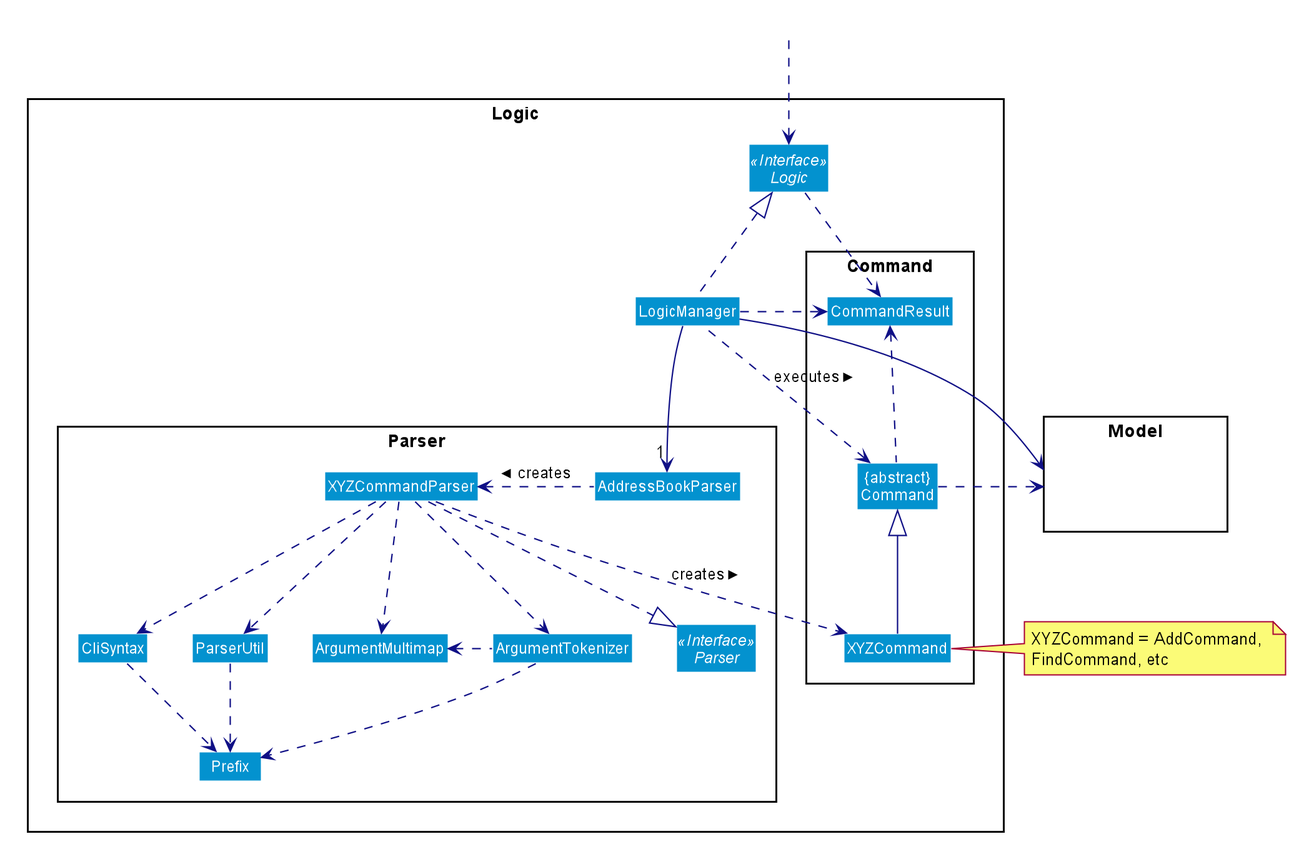
nus-cs2103-AY2021S1/tp keeps this PlantUML diagram as docs/images/UML_Diagrams/LogicClassDiagram.png. Above is the earlier version. Source of this version:
```plantuml
@startuml








skinparam BackgroundColor #FFFFFFF

skinparam Shadowing false

skinparam Class {
    FontColor #FFFFFF
    BorderThickness 1
    BorderColor #FFFFFF
    StereotypeFontColor #FFFFFF
    FontName Arial
}

skinparam Actor {
    BorderColor #000000
    Color #000000
    FontName Arial
}

skinparam Sequence {
    MessageAlign center
    BoxFontSize 15
    BoxPadding 0
    BoxFontColor #FFFFFF
    FontName Arial
}

skinparam Participant {
    FontColor #FFFFFFF
    Padding 20
}

skinparam MinClassWidth 50
skinparam ParticipantPadding 10
skinparam Shadowing false
skinparam DefaultTextAlignment center
skinparam packageStyle Rectangle

hide footbox
hide members
hide circle
skinparam arrowThickness 1.1
skinparam arrowColor #101086
skinparam classBackgroundColor #0392cf

package Logic {

package Parser {
Interface Parser <<Interface>>
Class AddressBookParser
Class XYZCommandParser
Class CliSyntax
Class ParserUtil
Class ArgumentMultimap
Class ArgumentTokenizer
Class Prefix
}

package Command {
Class XYZCommand
Class CommandResult
Class "{abstract}\nCommand" as Command
}

Interface Logic <<Interface>>
Class LogicManager
}

package Model{
Class HiddenModel #FFFFFF
}

Class HiddenOutside #FFFFFF
HiddenOutside ..> Logic

LogicManager .up.|> Logic
LogicManager -->"1" AddressBookParser
AddressBookParser .left.> XYZCommandParser: creates >

XYZCommandParser ..> XYZCommand : creates >
XYZCommandParser ..|> Parser
XYZCommandParser ..> ArgumentMultimap
XYZCommandParser ..> ArgumentTokenizer
ArgumentTokenizer .left.> ArgumentMultimap
XYZCommandParser ..> CliSyntax
CliSyntax ..> Prefix
XYZCommandParser ..> ParserUtil
ParserUtil .down.> Prefix
ArgumentTokenizer .down.> Prefix
XYZCommand -up-|> Command
LogicManager .left.> Command : executes >

LogicManager --> Model
Command .right.> Model
note right of XYZCommand: XYZCommand = AddCommand, \nFindCommand, etc

Logic ..> CommandResult
LogicManager .down.> CommandResult
Command .up.> CommandResult
CommandResult -[hidden]-> Parser
@enduml
```
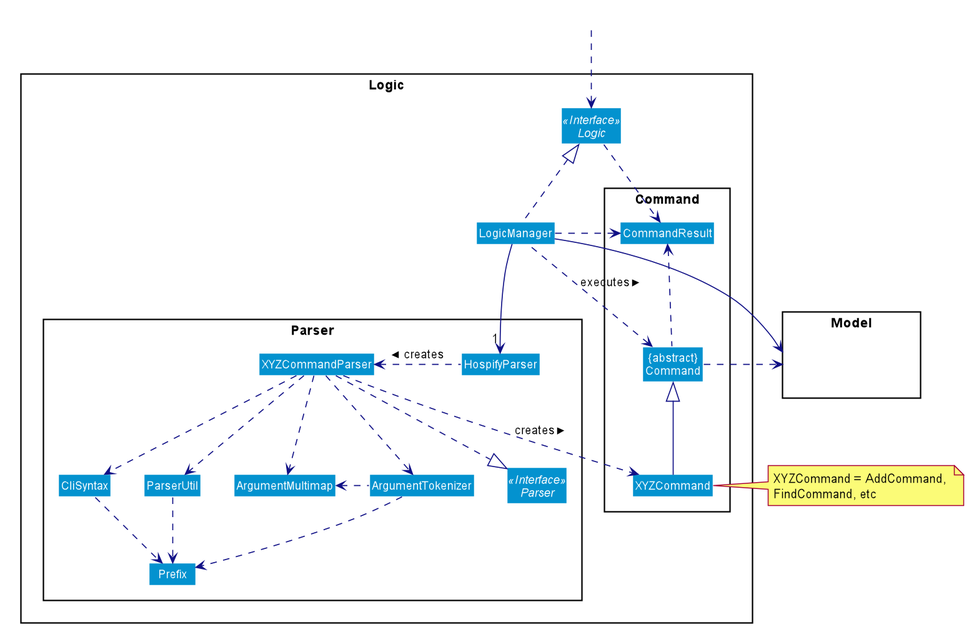
The same file after the commit.

The edit, as a diff of the source:
```diff
@@ -55,7 +55,7 @@
 
 package Parser {
 Interface Parser <<Interface>>
-Class AddressBookParser
+Class HospifyParser
 Class XYZCommandParser
 Class CliSyntax
 Class ParserUtil
@@ -82,8 +82,8 @@
 HiddenOutside ..> Logic
 
 LogicManager .up.|> Logic
-LogicManager -->"1" AddressBookParser
-AddressBookParser .left.> XYZCommandParser: creates >
+LogicManager -->"1" HospifyParser
+HospifyParser .left.> XYZCommandParser: creates >
 
 XYZCommandParser ..> XYZCommand : creates >
 XYZCommandParser ..|> Parser
```
